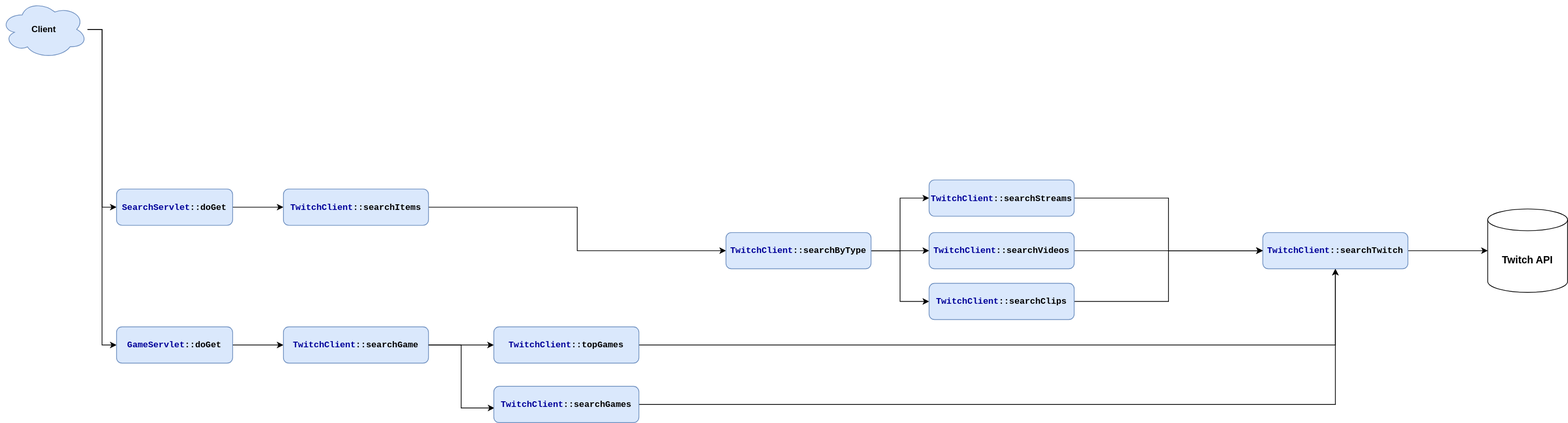
This is resources/TwichAPI.svg from oscargong/jupiter, a draw.io export, as it was before one commit. Source tidied: cells renumbered, new cells last; positions are measured from the earlier drawing's top-left corner, leaving out a move shared by most shapes.
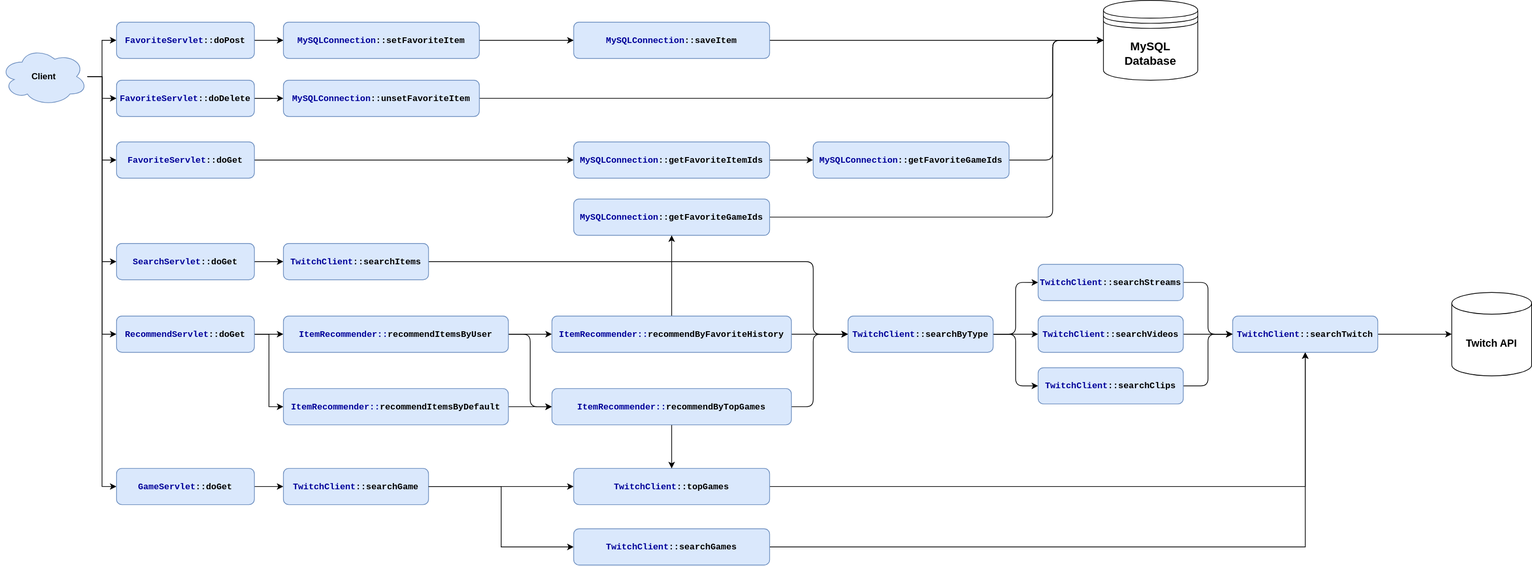
The same diagram one commit later.

Diff of the diagram source:
```diff
@@ -10,4 +10,16 @@
     </mxCell>
+    <mxCell id="31" style="edgeStyle=orthogonalEdgeStyle;rounded=0;jettySize=auto;html=1;fontSize=14;" parent="1" edge="1" source="4" target="38">
+      <mxGeometry relative="1" as="geometry" />
+    </mxCell>
+    <mxCell id="32" style="edgeStyle=orthogonalEdgeStyle;rounded=0;jettySize=auto;html=1;entryX=0;entryY=0.5;entryDx=0;entryDy=0;fontSize=14;" parent="1" edge="1" source="4" target="40">
+      <mxGeometry relative="1" as="geometry" />
+    </mxCell>
+    <mxCell id="33" style="edgeStyle=orthogonalEdgeStyle;rounded=0;jettySize=auto;html=1;entryX=0;entryY=0.5;entryDx=0;entryDy=0;fontSize=14;" parent="1" edge="1" source="4" target="36">
+      <mxGeometry relative="1" as="geometry" />
+    </mxCell>
+    <mxCell id="34" style="edgeStyle=orthogonalEdgeStyle;rounded=0;jettySize=auto;html=1;entryX=0;entryY=0.5;entryDx=0;entryDy=0;fontSize=16;" parent="1" edge="1" source="4" target="56">
+      <mxGeometry relative="1" as="geometry" />
+    </mxCell>
     <mxCell id="4" value="Client" style="ellipse;shape=cloud;whiteSpace=wrap;html=1;fillColor=#dae8fc;strokeColor=#6c8ebf;fontStyle=1;" parent="1" vertex="1">
-      <mxGeometry width="120" height="80" as="geometry" />
+      <mxGeometry y="100" width="120" height="80" as="geometry" />
     </mxCell>
@@ -17,5 +29,5 @@
     <mxCell id="6" value="&lt;font face=&quot;Courier New&quot;&gt;&lt;font color=&quot;#000099&quot;&gt;GameServlet&lt;/font&gt;::doGet&lt;/font&gt;" style="rounded=1;whiteSpace=wrap;html=1;fillColor=#dae8fc;strokeColor=#6c8ebf;fontStyle=1;" parent="1" vertex="1">
-      <mxGeometry x="160" y="450" width="160" height="50" as="geometry" />
+      <mxGeometry x="160" y="680" width="190" height="50" as="geometry" />
     </mxCell>
-    <mxCell id="7" style="edgeStyle=orthogonalEdgeStyle;rounded=0;jettySize=auto;html=1;entryX=0.004;entryY=0.596;entryDx=0;entryDy=0;entryPerimeter=0;" parent="1" edge="1" source="8" target="13">
+    <mxCell id="7" style="edgeStyle=orthogonalEdgeStyle;rounded=0;jettySize=auto;html=1;entryX=0;entryY=0.5;entryDx=0;entryDy=0;fontSize=16;" parent="1" edge="1" source="8" target="13">
       <mxGeometry relative="1" as="geometry" />
@@ -23,3 +35,3 @@
     <mxCell id="8" value="&lt;font face=&quot;Courier New&quot;&gt;&lt;font color=&quot;#000099&quot;&gt;TwitchClient&lt;/font&gt;::searchGame&lt;/font&gt;" style="rounded=1;whiteSpace=wrap;html=1;fillColor=#dae8fc;strokeColor=#6c8ebf;fontStyle=1;" parent="1" vertex="1">
-      <mxGeometry x="390" y="450" width="200" height="50" as="geometry" />
+      <mxGeometry x="390" y="680" width="200" height="50" as="geometry" />
     </mxCell>
@@ -32,3 +44,3 @@
     <mxCell id="11" value="&lt;font color=&quot;#000099&quot; style=&quot;font-family: &amp;#34;courier new&amp;#34;&quot;&gt;TwitchClient&lt;/font&gt;&lt;span style=&quot;font-family: &amp;#34;courier new&amp;#34;&quot;&gt;::topGames&lt;/span&gt;" style="rounded=1;whiteSpace=wrap;html=1;fillColor=#dae8fc;strokeColor=#6c8ebf;fontStyle=1;" parent="1" vertex="1">
-      <mxGeometry x="680" y="450" width="200" height="50" as="geometry" />
+      <mxGeometry x="790" y="680" width="270" height="50" as="geometry" />
     </mxCell>
@@ -38,3 +50,3 @@
     <mxCell id="13" value="&lt;font color=&quot;#000099&quot; style=&quot;font-family: &amp;#34;courier new&amp;#34;&quot;&gt;TwitchClient&lt;/font&gt;&lt;span style=&quot;font-family: &amp;#34;courier new&amp;#34;&quot;&gt;::searchGames&lt;/span&gt;" style="rounded=1;whiteSpace=wrap;html=1;fillColor=#dae8fc;strokeColor=#6c8ebf;fontStyle=1;" parent="1" vertex="1">
-      <mxGeometry x="680" y="532" width="200" height="50" as="geometry" />
+      <mxGeometry x="790" y="763.2" width="270" height="50" as="geometry" />
     </mxCell>
@@ -44,6 +56,6 @@
     <mxCell id="15" value="&lt;font color=&quot;#000099&quot; style=&quot;font-family: &amp;#34;courier new&amp;#34;&quot;&gt;TwitchClient&lt;/font&gt;&lt;span style=&quot;font-family: &amp;#34;courier new&amp;#34;&quot;&gt;::searchTwitch&lt;/span&gt;" style="rounded=1;whiteSpace=wrap;html=1;fillColor=#dae8fc;strokeColor=#6c8ebf;fontStyle=1;" parent="1" vertex="1">
-      <mxGeometry x="1740" y="320" width="200" height="50" as="geometry" />
+      <mxGeometry x="1698" y="470" width="200" height="50" as="geometry" />
     </mxCell>
     <mxCell id="16" value="Twitch API&lt;br style=&quot;font-size: 14px;&quot;&gt;" style="shape=cylinder3;whiteSpace=wrap;html=1;boundedLbl=1;backgroundOutline=1;size=15;fontStyle=1;fontSize=14;" parent="1" vertex="1">
-      <mxGeometry x="2050" y="287.5" width="110" height="115" as="geometry" />
+      <mxGeometry x="2000" y="437.5" width="110" height="115" as="geometry" />
     </mxCell>
@@ -53,22 +65,22 @@
     <mxCell id="18" value="&lt;font face=&quot;Courier New&quot;&gt;&lt;font color=&quot;#000099&quot;&gt;SearchServlet&lt;/font&gt;::doGet&lt;/font&gt;" style="rounded=1;whiteSpace=wrap;html=1;fillColor=#dae8fc;strokeColor=#6c8ebf;fontStyle=1;" parent="1" vertex="1">
-      <mxGeometry x="160" y="260" width="160" height="50" as="geometry" />
+      <mxGeometry x="160" y="370" width="190" height="50" as="geometry" />
     </mxCell>
-    <mxCell id="19" style="edgeStyle=orthogonalEdgeStyle;rounded=0;jettySize=auto;html=1;entryX=0;entryY=0.5;entryDx=0;entryDy=0;fontSize=14;" parent="1" edge="1" source="20" target="24">
-      <mxGeometry relative="1" as="geometry" />
+    <mxCell id="19" style="edgeStyle=orthogonalEdgeStyle;rounded=1;jettySize=auto;html=1;entryX=0;entryY=0.5;entryDx=0;entryDy=0;fontSize=16;" parent="1" edge="1" source="20" target="24">
+      <mxGeometry relative="1" as="geometry">
+        <Array as="points">
+          <mxPoint x="1120" y="395" />
+          <mxPoint x="1120" y="495" />
+        </Array>
+      </mxGeometry>
     </mxCell>
     <mxCell id="20" value="&lt;font face=&quot;Courier New&quot;&gt;&lt;font color=&quot;#000099&quot;&gt;TwitchClient&lt;/font&gt;::searchItems&lt;/font&gt;" style="rounded=1;whiteSpace=wrap;html=1;fillColor=#dae8fc;strokeColor=#6c8ebf;fontStyle=1;" parent="1" vertex="1">
-      <mxGeometry x="390" y="260" width="200" height="50" as="geometry" />
+      <mxGeometry x="390" y="370" width="200" height="50" as="geometry" />
     </mxCell>
+    <mxCell id="22" style="edgeStyle=orthogonalEdgeStyle;rounded=1;jettySize=auto;html=1;fontSize=16;" parent="1" edge="1" source="24" target="30">
+      <mxGeometry relative="1" as="geometry" />
+    </mxCell>
-    <mxCell id="21" style="edgeStyle=orthogonalEdgeStyle;rounded=0;jettySize=auto;html=1;entryX=0;entryY=0.5;entryDx=0;entryDy=0;fontSize=14;" parent="1" edge="1" source="24" target="28">
-      <mxGeometry relative="1" as="geometry">
-        <Array as="points">
-          <mxPoint x="1240" y="345" />
-          <mxPoint x="1240" y="273" />
-        </Array>
-      </mxGeometry>
+    <mxCell id="21" style="edgeStyle=orthogonalEdgeStyle;rounded=1;jettySize=auto;html=1;entryX=0;entryY=0.5;entryDx=0;entryDy=0;fontSize=16;" parent="1" edge="1" source="24" target="28">
+      <mxGeometry relative="1" as="geometry" />
     </mxCell>
-    <mxCell id="22" style="edgeStyle=orthogonalEdgeStyle;rounded=0;jettySize=auto;html=1;fontSize=14;" parent="1" edge="1" source="24" target="30">
-      <mxGeometry relative="1" as="geometry" />
-    </mxCell>
-    <mxCell id="23" style="edgeStyle=orthogonalEdgeStyle;rounded=0;jettySize=auto;html=1;entryX=0;entryY=0.5;entryDx=0;entryDy=0;fontSize=14;" parent="1" edge="1" source="24" target="26">
+    <mxCell id="23" style="edgeStyle=orthogonalEdgeStyle;rounded=1;jettySize=auto;html=1;entryX=0;entryY=0.5;entryDx=0;entryDy=0;fontSize=16;" parent="1" edge="1" source="24" target="26">
       <mxGeometry relative="1" as="geometry" />
@@ -76,5 +88,5 @@
     <mxCell id="24" value="&lt;font face=&quot;Courier New&quot;&gt;&lt;font color=&quot;#000099&quot;&gt;TwitchClient&lt;/font&gt;::searchByType&lt;/font&gt;" style="rounded=1;whiteSpace=wrap;html=1;fillColor=#dae8fc;strokeColor=#6c8ebf;fontStyle=1;" parent="1" vertex="1">
-      <mxGeometry x="1000" y="320" width="200" height="50" as="geometry" />
+      <mxGeometry x="1168" y="470" width="200" height="50" as="geometry" />
     </mxCell>
-    <mxCell id="25" style="edgeStyle=orthogonalEdgeStyle;rounded=0;jettySize=auto;html=1;entryX=0;entryY=0.5;entryDx=0;entryDy=0;fontSize=14;" parent="1" edge="1" source="26" target="15">
+    <mxCell id="25" style="edgeStyle=orthogonalEdgeStyle;rounded=1;jettySize=auto;html=1;entryX=0;entryY=0.5;entryDx=0;entryDy=0;fontSize=16;" parent="1" edge="1" source="26" target="15">
       <mxGeometry relative="1" as="geometry" />
@@ -82,5 +94,5 @@
     <mxCell id="26" value="&lt;font face=&quot;Courier New&quot;&gt;&lt;font color=&quot;#000099&quot;&gt;TwitchClient&lt;/font&gt;::searchClips&lt;/font&gt;" style="rounded=1;whiteSpace=wrap;html=1;fillColor=#dae8fc;strokeColor=#6c8ebf;fontStyle=1;" parent="1" vertex="1">
-      <mxGeometry x="1280" y="390" width="200" height="50" as="geometry" />
+      <mxGeometry x="1430" y="541.2" width="200" height="50" as="geometry" />
     </mxCell>
-    <mxCell id="27" style="edgeStyle=orthogonalEdgeStyle;rounded=0;jettySize=auto;html=1;entryX=0;entryY=0.5;entryDx=0;entryDy=0;fontSize=14;" parent="1" edge="1" source="28" target="15">
+    <mxCell id="27" style="edgeStyle=orthogonalEdgeStyle;rounded=1;jettySize=auto;html=1;entryX=0;entryY=0.5;entryDx=0;entryDy=0;fontSize=16;" parent="1" edge="1" source="28" target="15">
       <mxGeometry relative="1" as="geometry" />
@@ -88,3 +100,3 @@
     <mxCell id="28" value="&lt;font face=&quot;Courier New&quot;&gt;&lt;font color=&quot;#000099&quot;&gt;TwitchClient&lt;/font&gt;::searchStreams&lt;/font&gt;" style="rounded=1;whiteSpace=wrap;html=1;fillColor=#dae8fc;strokeColor=#6c8ebf;fontStyle=1;" parent="1" vertex="1">
-      <mxGeometry x="1280" y="247.5" width="200" height="50" as="geometry" />
+      <mxGeometry x="1430" y="398.8" width="200" height="50" as="geometry" />
     </mxCell>
@@ -94,4 +106,123 @@
     <mxCell id="30" value="&lt;font face=&quot;Courier New&quot;&gt;&lt;font color=&quot;#000099&quot;&gt;TwitchClient&lt;/font&gt;::searchVideos&lt;/font&gt;" style="rounded=1;whiteSpace=wrap;html=1;fillColor=#dae8fc;strokeColor=#6c8ebf;fontStyle=1;" parent="1" vertex="1">
-      <mxGeometry x="1280" y="320" width="200" height="50" as="geometry" />
+      <mxGeometry x="1430" y="470" width="200" height="50" as="geometry" />
     </mxCell>
+    <mxCell id="35" style="edgeStyle=orthogonalEdgeStyle;rounded=0;jettySize=auto;html=1;entryX=0;entryY=0.5;entryDx=0;entryDy=0;fontSize=16;" parent="1" edge="1" source="36" target="49">
+      <mxGeometry relative="1" as="geometry" />
+    </mxCell>
+    <mxCell id="36" value="&lt;font face=&quot;Courier New&quot;&gt;&lt;font color=&quot;#000099&quot;&gt;FavoriteServlet&lt;/font&gt;::doGet&lt;/font&gt;" style="rounded=1;whiteSpace=wrap;html=1;fillColor=#dae8fc;strokeColor=#6c8ebf;fontStyle=1;" parent="1" vertex="1">
+      <mxGeometry x="160" y="230" width="190" height="50" as="geometry" />
+    </mxCell>
+    <mxCell id="37" style="edgeStyle=orthogonalEdgeStyle;rounded=0;jettySize=auto;html=1;entryX=0;entryY=0.5;entryDx=0;entryDy=0;fontSize=14;" parent="1" edge="1" source="38" target="42">
+      <mxGeometry relative="1" as="geometry" />
+    </mxCell>
+    <mxCell id="38" value="&lt;font face=&quot;Courier New&quot;&gt;&lt;font color=&quot;#000099&quot;&gt;FavoriteServlet&lt;/font&gt;::doPost&lt;/font&gt;" style="rounded=1;whiteSpace=wrap;html=1;fillColor=#dae8fc;strokeColor=#6c8ebf;fontStyle=1;" parent="1" vertex="1">
+      <mxGeometry x="160" y="65" width="190" height="50" as="geometry" />
+    </mxCell>
+    <mxCell id="39" style="edgeStyle=orthogonalEdgeStyle;rounded=0;jettySize=auto;html=1;entryX=0;entryY=0.5;entryDx=0;entryDy=0;fontSize=14;" parent="1" edge="1" source="40" target="44">
+      <mxGeometry relative="1" as="geometry" />
+    </mxCell>
+    <mxCell id="40" value="&lt;font face=&quot;Courier New&quot;&gt;&lt;font color=&quot;#000099&quot;&gt;FavoriteServlet&lt;/font&gt;::doDelete&lt;/font&gt;" style="rounded=1;whiteSpace=wrap;html=1;fillColor=#dae8fc;strokeColor=#6c8ebf;fontStyle=1;" parent="1" vertex="1">
+      <mxGeometry x="160" y="145" width="190" height="50" as="geometry" />
+    </mxCell>
+    <mxCell id="41" style="edgeStyle=orthogonalEdgeStyle;rounded=0;jettySize=auto;html=1;entryX=0;entryY=0.5;entryDx=0;entryDy=0;fontSize=16;" parent="1" edge="1" source="42" target="46">
+      <mxGeometry relative="1" as="geometry" />
+    </mxCell>
+    <mxCell id="42" value="&lt;font face=&quot;Courier New&quot;&gt;&lt;font color=&quot;#000099&quot;&gt;MySQLConnection&lt;/font&gt;::setFavoriteItem&lt;/font&gt;" style="rounded=1;whiteSpace=wrap;html=1;fillColor=#dae8fc;strokeColor=#6c8ebf;fontStyle=1;" parent="1" vertex="1">
+      <mxGeometry x="390" y="65" width="270" height="50" as="geometry" />
+    </mxCell>
+    <mxCell id="43" style="edgeStyle=orthogonalEdgeStyle;rounded=1;jettySize=auto;html=1;entryX=0;entryY=0.5;entryDx=0;entryDy=0;fontSize=16;" parent="1" edge="1" source="44" target="47">
+      <mxGeometry relative="1" as="geometry">
+        <Array as="points">
+          <mxPoint x="1450" y="170" />
+          <mxPoint x="1450" y="90" />
+        </Array>
+      </mxGeometry>
+    </mxCell>
+    <mxCell id="44" value="&lt;font face=&quot;Courier New&quot;&gt;&lt;font color=&quot;#000099&quot;&gt;MySQLConnection&lt;/font&gt;::unsetFavoriteItem&lt;/font&gt;" style="rounded=1;whiteSpace=wrap;html=1;fillColor=#dae8fc;strokeColor=#6c8ebf;fontStyle=1;" parent="1" vertex="1">
+      <mxGeometry x="390" y="145" width="270" height="50" as="geometry" />
+    </mxCell>
+    <mxCell id="45" style="edgeStyle=orthogonalEdgeStyle;rounded=0;jettySize=auto;html=1;fontSize=16;" parent="1" edge="1" source="46" target="47">
+      <mxGeometry relative="1" as="geometry" />
+    </mxCell>
+    <mxCell id="46" value="&lt;font face=&quot;Courier New&quot;&gt;&lt;font color=&quot;#000099&quot;&gt;MySQLConnection&lt;/font&gt;::saveItem&lt;/font&gt;" style="rounded=1;whiteSpace=wrap;html=1;fillColor=#dae8fc;strokeColor=#6c8ebf;fontStyle=1;" parent="1" vertex="1">
+      <mxGeometry x="790" y="65" width="270" height="50" as="geometry" />
+    </mxCell>
+    <mxCell id="47" value="MySQL&lt;br style=&quot;font-size: 16px;&quot;&gt;Database" style="shape=datastore;whiteSpace=wrap;html=1;fontSize=16;fontStyle=1;" parent="1" vertex="1">
+      <mxGeometry x="1520" y="35" width="130" height="110" as="geometry" />
+    </mxCell>
+    <mxCell id="48" style="edgeStyle=orthogonalEdgeStyle;rounded=0;jettySize=auto;html=1;entryX=0;entryY=0.5;entryDx=0;entryDy=0;fontSize=16;" parent="1" edge="1" source="49" target="53">
+      <mxGeometry relative="1" as="geometry" />
+    </mxCell>
+    <mxCell id="49" value="&lt;font face=&quot;Courier New&quot;&gt;&lt;font color=&quot;#000099&quot;&gt;MySQLConnection&lt;/font&gt;::getFavoriteItemIds&lt;/font&gt;" style="rounded=1;whiteSpace=wrap;html=1;fillColor=#dae8fc;strokeColor=#6c8ebf;fontStyle=1;" parent="1" vertex="1">
+      <mxGeometry x="790" y="230" width="270" height="50" as="geometry" />
+    </mxCell>
+    <mxCell id="50" style="edgeStyle=orthogonalEdgeStyle;rounded=1;jettySize=auto;html=1;entryX=0;entryY=0.5;entryDx=0;entryDy=0;fontSize=16;" parent="1" edge="1" source="51" target="47">
+      <mxGeometry relative="1" as="geometry">
+        <Array as="points">
+          <mxPoint x="1450" y="334" />
+          <mxPoint x="1450" y="90" />
+        </Array>
+      </mxGeometry>
+    </mxCell>
+    <mxCell id="51" value="&lt;font face=&quot;Courier New&quot;&gt;&lt;font color=&quot;#000099&quot;&gt;MySQLConnection&lt;/font&gt;::getFavoriteGameIds&lt;/font&gt;" style="rounded=1;whiteSpace=wrap;html=1;fillColor=#dae8fc;strokeColor=#6c8ebf;fontStyle=1;" parent="1" vertex="1">
+      <mxGeometry x="790" y="308.8" width="270" height="50" as="geometry" />
+    </mxCell>
+    <mxCell id="52" style="edgeStyle=orthogonalEdgeStyle;rounded=1;jettySize=auto;html=1;entryX=0;entryY=0.5;entryDx=0;entryDy=0;fontSize=16;" parent="1" edge="1" source="53" target="47">
+      <mxGeometry relative="1" as="geometry">
+        <Array as="points">
+          <mxPoint x="1450" y="255" />
+          <mxPoint x="1450" y="90" />
+        </Array>
+      </mxGeometry>
+    </mxCell>
+    <mxCell id="53" value="&lt;font face=&quot;Courier New&quot;&gt;&lt;font color=&quot;#000099&quot;&gt;MySQLConnection&lt;/font&gt;::getFavoriteGameIds&lt;/font&gt;" style="rounded=1;whiteSpace=wrap;html=1;fillColor=#dae8fc;strokeColor=#6c8ebf;fontStyle=1;" parent="1" vertex="1">
+      <mxGeometry x="1120" y="230" width="270" height="50" as="geometry" />
+    </mxCell>
+    <mxCell id="54" style="edgeStyle=orthogonalEdgeStyle;rounded=0;jettySize=auto;html=1;entryX=0;entryY=0.5;entryDx=0;entryDy=0;fontSize=16;" parent="1" edge="1" source="56" target="59">
+      <mxGeometry relative="1" as="geometry" />
+    </mxCell>
+    <mxCell id="55" style="edgeStyle=orthogonalEdgeStyle;rounded=0;jettySize=auto;html=1;entryX=0;entryY=0.5;entryDx=0;entryDy=0;fontSize=16;" parent="1" edge="1" source="56" target="61">
+      <mxGeometry relative="1" as="geometry" />
+    </mxCell>
+    <mxCell id="56" value="&lt;font face=&quot;Courier New&quot;&gt;&lt;font color=&quot;#000099&quot;&gt;RecommendServlet&lt;/font&gt;::doGet&lt;/font&gt;" style="rounded=1;whiteSpace=wrap;html=1;fillColor=#dae8fc;strokeColor=#6c8ebf;fontStyle=1;" parent="1" vertex="1">
+      <mxGeometry x="160" y="470" width="190" height="50" as="geometry" />
+    </mxCell>
+    <mxCell id="57" style="edgeStyle=orthogonalEdgeStyle;rounded=0;jettySize=auto;html=1;entryX=0;entryY=0.5;entryDx=0;entryDy=0;fontSize=16;" parent="1" edge="1" source="59" target="64">
+      <mxGeometry relative="1" as="geometry" />
+    </mxCell>
+    <mxCell id="58" style="edgeStyle=orthogonalEdgeStyle;rounded=1;jettySize=auto;html=1;entryX=0;entryY=0.5;entryDx=0;entryDy=0;fontSize=16;" parent="1" edge="1" source="59" target="67">
+      <mxGeometry relative="1" as="geometry" />
+    </mxCell>
+    <mxCell id="59" value="&lt;font color=&quot;#000099&quot; face=&quot;Courier New&quot;&gt;ItemRecommender::&lt;/font&gt;&lt;font face=&quot;Courier New&quot;&gt;recommendItemsByUser&lt;/font&gt;" style="rounded=1;whiteSpace=wrap;html=1;fillColor=#dae8fc;strokeColor=#6c8ebf;fontStyle=1;" parent="1" vertex="1">
+      <mxGeometry x="390" y="470" width="310" height="50" as="geometry" />
+    </mxCell>
+    <mxCell id="60" style="edgeStyle=orthogonalEdgeStyle;rounded=0;jettySize=auto;html=1;entryX=0;entryY=0.5;entryDx=0;entryDy=0;fontSize=16;" parent="1" edge="1" source="61" target="67">
+      <mxGeometry relative="1" as="geometry" />
+    </mxCell>
+    <mxCell id="61" value="&lt;font color=&quot;#000099&quot; face=&quot;Courier New&quot;&gt;ItemRecommender::&lt;/font&gt;&lt;font face=&quot;Courier New&quot;&gt;recommendItemsByDefault&lt;/font&gt;" style="rounded=1;whiteSpace=wrap;html=1;fillColor=#dae8fc;strokeColor=#6c8ebf;fontStyle=1;" parent="1" vertex="1">
+      <mxGeometry x="390" y="570" width="310" height="50" as="geometry" />
+    </mxCell>
+    <mxCell id="62" style="edgeStyle=orthogonalEdgeStyle;rounded=0;jettySize=auto;html=1;entryX=0.5;entryY=1;entryDx=0;entryDy=0;fontSize=16;" parent="1" edge="1" source="64" target="51">
+      <mxGeometry relative="1" as="geometry" />
+    </mxCell>
+    <mxCell id="63" style="edgeStyle=orthogonalEdgeStyle;rounded=0;jettySize=auto;html=1;fontSize=16;" parent="1" edge="1" source="64" target="24">
+      <mxGeometry relative="1" as="geometry" />
+    </mxCell>
+    <mxCell id="64" value="&lt;font color=&quot;#000099&quot; face=&quot;Courier New&quot;&gt;ItemRecommender::&lt;/font&gt;&lt;font face=&quot;Courier New&quot;&gt;recommendByFavoriteHistory&lt;/font&gt;" style="rounded=1;whiteSpace=wrap;html=1;fillColor=#dae8fc;strokeColor=#6c8ebf;fontStyle=1;" parent="1" vertex="1">
+      <mxGeometry x="760" y="470" width="330" height="50" as="geometry" />
+    </mxCell>
+    <mxCell id="65" style="edgeStyle=orthogonalEdgeStyle;rounded=0;jettySize=auto;html=1;fontSize=16;" parent="1" edge="1" source="67" target="11">
+      <mxGeometry relative="1" as="geometry" />
+    </mxCell>
+    <mxCell id="66" style="edgeStyle=orthogonalEdgeStyle;rounded=1;jettySize=auto;html=1;entryX=0;entryY=0.5;entryDx=0;entryDy=0;fontSize=16;" parent="1" edge="1" source="67" target="24">
+      <mxGeometry relative="1" as="geometry">
+        <Array as="points">
+          <mxPoint x="1120" y="595" />
+          <mxPoint x="1120" y="495" />
+        </Array>
+      </mxGeometry>
+    </mxCell>
+    <mxCell id="67" value="&lt;font color=&quot;#000099&quot; face=&quot;Courier New&quot;&gt;ItemRecommender::&lt;/font&gt;&lt;font face=&quot;Courier New&quot;&gt;recommendByTopGames&lt;/font&gt;" style="rounded=1;whiteSpace=wrap;html=1;fillColor=#dae8fc;strokeColor=#6c8ebf;fontStyle=1;" parent="1" vertex="1">
+      <mxGeometry x="760" y="570" width="330" height="50" as="geometry" />
+    </mxCell>
   </root>
```
